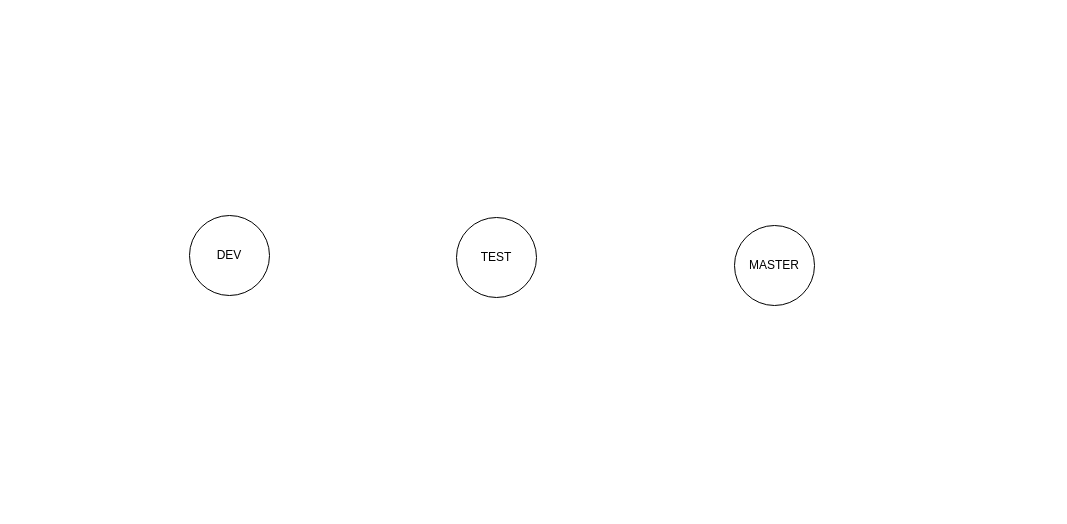
Before: Avoid_Rebase_Branching_Stragegy.drawio in anshuldevmehta/RandomDiagrams, a draw.io diagram. Source tidied: cells renumbered, new cells numbered last; positions are measured from the earlier drawing's top-left corner, leaving out a move shared by most shapes. Both pictures are drawn from the tidied source at 100%, with x=0, y=0 at pixel (189, 215).
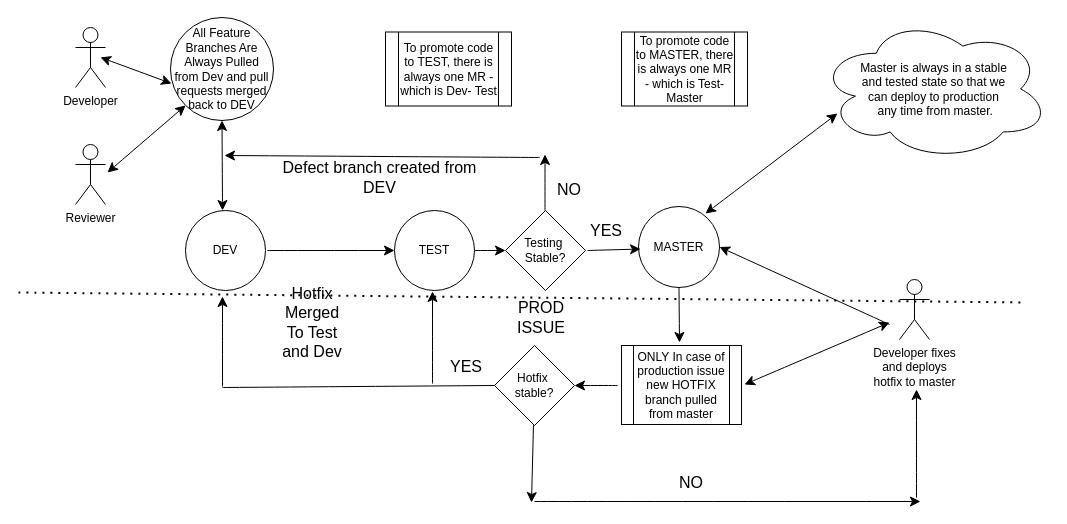
The same diagram, later.

What changed in the source:
```diff
@@
     <mxCell id="2" value="DEV" style="ellipse;whiteSpace=wrap;html=1;" parent="1" vertex="1">
-      <mxGeometry width="80" height="80" as="geometry" />
+      <mxGeometry x="-4" y="-5" width="80" height="80" as="geometry" />
     </mxCell>
     <mxCell id="3" value="TEST" style="ellipse;whiteSpace=wrap;html=1;" parent="1" vertex="1">
-      <mxGeometry x="267" y="2" width="80" height="80" as="geometry" />
+      <mxGeometry x="205" y="-5" width="80" height="80" as="geometry" />
     </mxCell>
     <mxCell id="4" value="MASTER" style="ellipse;whiteSpace=wrap;html=1;" parent="1" vertex="1">
-      <mxGeometry x="545" y="10" width="80" height="80" as="geometry" />
+      <mxGeometry x="449" y="-9" width="81" height="81" as="geometry" />
     </mxCell>
+    <mxCell id="5" style="endArrow=classic;html=1;rounded=0;fontSize=12;startSize=8;endSize=8;curved=1;entryX=0;entryY=0.5;entryDx=0;entryDy=0;" parent="1" edge="1" target="3">
+      <mxGeometry relative="1" as="geometry">
+        <mxPoint x="78" y="35" as="sourcePoint" />
+      </mxGeometry>
+    </mxCell>
+    <mxCell id="6" value="ONLY In case of production issue new HOTFIX branch pulled from master" style="shape=process;whiteSpace=wrap;html=1;backgroundOutline=1;" parent="1" vertex="1">
+      <mxGeometry x="432" y="130" width="120" height="79" as="geometry" />
+    </mxCell>
+    <mxCell id="7" style="endArrow=classic;html=1;rounded=0;fontSize=12;startSize=8;endSize=8;curved=1;exitX=0.5;exitY=1;exitDx=0;exitDy=0;" parent="1" edge="1" source="4">
+      <mxGeometry relative="1" as="geometry">
+        <mxPoint x="490" y="127" as="targetPoint" />
+      </mxGeometry>
+    </mxCell>
+    <mxCell id="8" value="&lt;div&gt;Developer fixes&lt;/div&gt;&lt;div&gt;&amp;nbsp;and deploys&amp;nbsp;&lt;/div&gt;&lt;div&gt;hotfix to master&lt;/div&gt;" style="shape=umlActor;verticalLabelPosition=bottom;verticalAlign=top;html=1;" parent="1" vertex="1">
+      <mxGeometry x="710" y="64" width="30" height="60" as="geometry" />
+    </mxCell>
+    <mxCell id="9" style="endArrow=classic;startArrow=classic;html=1;rounded=0;fontSize=12;startSize=8;endSize=8;curved=1;" parent="1" edge="1">
+      <mxGeometry relative="1" as="geometry">
+        <mxPoint x="555" y="169" as="sourcePoint" />
+        <mxPoint x="700" y="107" as="targetPoint" />
+      </mxGeometry>
+    </mxCell>
+    <mxCell id="10" style="endArrow=classic;html=1;rounded=0;fontSize=12;startSize=8;endSize=8;curved=1;entryX=1;entryY=0.5;entryDx=0;entryDy=0;" parent="1" edge="1" target="4">
+      <mxGeometry relative="1" as="geometry">
+        <mxPoint x="700" y="109" as="sourcePoint" />
+      </mxGeometry>
+    </mxCell>
+    <mxCell id="11" value="&lt;div&gt;Hotfix&amp;nbsp;&lt;/div&gt;&lt;div&gt;stable?&lt;/div&gt;" style="rhombus;whiteSpace=wrap;html=1;" parent="1" vertex="1">
+      <mxGeometry x="305" y="130" width="80" height="80" as="geometry" />
+    </mxCell>
+    <mxCell id="12" style="endArrow=none;html=1;rounded=0;fontSize=12;startSize=8;endSize=8;curved=1;" parent="1" edge="1">
+      <mxGeometry relative="1" as="geometry">
+        <mxPoint x="33" y="172" as="sourcePoint" />
+        <mxPoint x="305" y="170" as="targetPoint" />
+      </mxGeometry>
+    </mxCell>
+    <mxCell id="13" style="endArrow=classic;html=1;rounded=0;fontSize=12;startSize=8;endSize=8;curved=1;" parent="1" edge="1">
+      <mxGeometry relative="1" as="geometry">
+        <mxPoint x="33" y="171" as="sourcePoint" />
+        <mxPoint x="33" y="81" as="targetPoint" />
+      </mxGeometry>
+    </mxCell>
+    <mxCell id="14" style="endArrow=classic;html=1;rounded=0;fontSize=12;startSize=8;endSize=8;curved=1;" parent="1" edge="1">
+      <mxGeometry relative="1" as="geometry">
+        <mxPoint x="243" y="168" as="sourcePoint" />
+        <mxPoint x="243" y="76" as="targetPoint" />
+      </mxGeometry>
+    </mxCell>
+    <mxCell id="15" value="Hotfix Merged To Test and Dev" style="text;html=1;align=center;verticalAlign=middle;whiteSpace=wrap;rounded=0;fontSize=16;" parent="1" vertex="1">
+      <mxGeometry x="89" y="56" width="68" height="101" as="geometry" />
+    </mxCell>
+    <mxCell id="16" value="YES" style="text;html=1;align=center;verticalAlign=middle;whiteSpace=wrap;rounded=0;fontSize=16;" parent="1" vertex="1">
+      <mxGeometry x="247" y="136" width="60" height="30" as="geometry" />
+    </mxCell>
+    <mxCell id="17" style="endArrow=classic;html=1;rounded=0;fontSize=12;startSize=8;endSize=8;curved=1;entryX=1;entryY=0.5;entryDx=0;entryDy=0;" parent="1" edge="1" target="11">
+      <mxGeometry relative="1" as="geometry">
+        <mxPoint x="428" y="170" as="sourcePoint" />
+      </mxGeometry>
+    </mxCell>
+    <mxCell id="18" value="PROD ISSUE" style="text;html=1;align=center;verticalAlign=middle;whiteSpace=wrap;rounded=0;fontSize=16;" parent="1" vertex="1">
+      <mxGeometry x="322" y="87" width="60" height="30" as="geometry" />
+    </mxCell>
+    <mxCell id="19" style="endArrow=classic;html=1;rounded=0;fontSize=12;startSize=8;endSize=8;curved=1;exitX=0.5;exitY=1;exitDx=0;exitDy=0;" parent="1" edge="1">
+      <mxGeometry relative="1" as="geometry">
+        <mxPoint x="344" y="209" as="sourcePoint" />
+        <mxPoint x="342" y="287" as="targetPoint" />
+      </mxGeometry>
+    </mxCell>
+    <mxCell id="20" value="NO" style="text;html=1;align=center;verticalAlign=middle;whiteSpace=wrap;rounded=0;fontSize=16;" parent="1" vertex="1">
+      <mxGeometry x="472" y="252" width="60" height="30" as="geometry" />
+    </mxCell>
+    <mxCell id="21" style="endArrow=classic;html=1;rounded=0;fontSize=12;startSize=8;endSize=8;curved=1;" parent="1" edge="1">
+      <mxGeometry relative="1" as="geometry">
+        <mxPoint x="345" y="286" as="sourcePoint" />
+        <mxPoint x="731" y="286" as="targetPoint" />
+      </mxGeometry>
+    </mxCell>
+    <mxCell id="22" style="endArrow=classic;html=1;rounded=0;fontSize=12;startSize=8;endSize=8;curved=1;" parent="1" edge="1">
+      <mxGeometry relative="1" as="geometry">
+        <mxPoint x="727" y="282" as="sourcePoint" />
+        <mxPoint x="727" y="174" as="targetPoint" />
+      </mxGeometry>
+    </mxCell>
+    <mxCell id="23" value="&lt;div&gt;Developer&lt;/div&gt;&lt;div&gt;&lt;br&gt;&lt;/div&gt;" style="shape=umlActor;verticalLabelPosition=bottom;verticalAlign=top;html=1;" parent="1" vertex="1">
+      <mxGeometry x="-114" y="-188" width="30" height="60" as="geometry" />
+    </mxCell>
+    <mxCell id="24" value="All Feature Branches Are Always Pulled from Dev and pull requests merged back to DEV" style="ellipse;whiteSpace=wrap;html=1;" parent="1" vertex="1">
+      <mxGeometry x="-19" y="-198" width="103" height="103" as="geometry" />
+    </mxCell>
+    <mxCell id="25" style="endArrow=classic;startArrow=classic;html=1;rounded=0;fontSize=12;startSize=8;endSize=8;curved=1;exitX=0.463;exitY=0;exitDx=0;exitDy=0;exitPerimeter=0;entryX=0.5;entryY=1;entryDx=0;entryDy=0;" parent="1" edge="1" source="2" target="24">
+      <mxGeometry relative="1" as="geometry" />
+    </mxCell>
+    <mxCell id="26" value="Reviewer" style="shape=umlActor;verticalLabelPosition=bottom;verticalAlign=top;html=1;" parent="1" vertex="1">
+      <mxGeometry x="-114" y="-71" width="30" height="60" as="geometry" />
+    </mxCell>
+    <mxCell id="27" style="endArrow=classic;startArrow=classic;html=1;rounded=0;fontSize=12;startSize=8;endSize=8;curved=1;entryX=0;entryY=1;entryDx=0;entryDy=0;" parent="1" edge="1" target="24">
+      <mxGeometry relative="1" as="geometry">
+        <mxPoint x="-82" y="-43" as="sourcePoint" />
+      </mxGeometry>
+    </mxCell>
+    <mxCell id="28" style="endArrow=classic;startArrow=classic;html=1;rounded=0;fontSize=12;startSize=8;endSize=8;curved=1;entryX=0.01;entryY=0.641;entryDx=0;entryDy=0;entryPerimeter=0;" parent="1" edge="1" target="24">
+      <mxGeometry relative="1" as="geometry">
+        <mxPoint x="-89" y="-158.1" as="sourcePoint" />
+      </mxGeometry>
+    </mxCell>
+    <mxCell id="29" value="To promote code to TEST, there is always one MR - which is Dev- Test" style="shape=process;whiteSpace=wrap;html=1;backgroundOutline=1;" parent="1" vertex="1">
+      <mxGeometry x="196" y="-183.5" width="126" height="74" as="geometry" />
+    </mxCell>
+    <mxCell id="30" value="To promote code to MASTER, there is always one MR - which is Test- Master" style="shape=process;whiteSpace=wrap;html=1;backgroundOutline=1;" parent="1" vertex="1">
+      <mxGeometry x="432" y="-183.5" width="126" height="74" as="geometry" />
+    </mxCell>
+    <mxCell id="31" value="&lt;div&gt;Testing&amp;nbsp;&lt;/div&gt;&lt;div&gt;Stable?&lt;/div&gt;" style="rhombus;whiteSpace=wrap;html=1;" parent="1" vertex="1">
+      <mxGeometry x="316" y="-5" width="80" height="80" as="geometry" />
+    </mxCell>
+    <mxCell id="32" style="endArrow=classic;html=1;rounded=0;fontSize=12;startSize=8;endSize=8;curved=1;entryX=0;entryY=0.5;entryDx=0;entryDy=0;exitX=1;exitY=0.5;exitDx=0;exitDy=0;" parent="1" edge="1" source="3" target="31">
+      <mxGeometry relative="1" as="geometry" />
+    </mxCell>
+    <mxCell id="33" style="endArrow=classic;html=1;rounded=0;fontSize=12;startSize=8;endSize=8;curved=1;entryX=0.025;entryY=0.525;entryDx=0;entryDy=0;entryPerimeter=0;" parent="1" edge="1" target="4">
+      <mxGeometry relative="1" as="geometry">
+        <mxPoint x="398" y="35" as="sourcePoint" />
+      </mxGeometry>
+    </mxCell>
+    <mxCell id="34" value="YES" style="text;html=1;align=center;verticalAlign=middle;whiteSpace=wrap;rounded=0;fontSize=16;" parent="1" vertex="1">
+      <mxGeometry x="387" width="60" height="30" as="geometry" />
+    </mxCell>
+    <mxCell id="35" style="endArrow=classic;html=1;rounded=0;fontSize=12;startSize=8;endSize=8;curved=1;" parent="1" edge="1">
+      <mxGeometry relative="1" as="geometry">
+        <mxPoint x="355.5" y="-5" as="sourcePoint" />
+        <mxPoint x="355.5" y="-61" as="targetPoint" />
+      </mxGeometry>
+    </mxCell>
+    <mxCell id="36" value="NO" style="text;html=1;align=center;verticalAlign=middle;whiteSpace=wrap;rounded=0;fontSize=16;" parent="1" vertex="1">
+      <mxGeometry x="350" y="-41" width="60" height="30" as="geometry" />
+    </mxCell>
+    <mxCell id="37" style="endArrow=classic;html=1;rounded=0;fontSize=12;startSize=8;endSize=8;curved=1;" parent="1" edge="1">
+      <mxGeometry relative="1" as="geometry">
+        <mxPoint x="350" y="-58" as="sourcePoint" />
+        <mxPoint x="35" y="-60" as="targetPoint" />
+      </mxGeometry>
+    </mxCell>
+    <mxCell id="38" value="Defect branch created from DEV" style="text;html=1;align=center;verticalAlign=middle;whiteSpace=wrap;rounded=0;fontSize=16;" parent="1" vertex="1">
+      <mxGeometry x="77" y="-53" width="227" height="30" as="geometry" />
+    </mxCell>
+    <mxCell id="39" style="endArrow=none;dashed=1;html=1;dashPattern=1 3;strokeWidth=2;rounded=0;fontSize=12;startSize=8;endSize=8;curved=1;" parent="1" edge="1">
+      <mxGeometry relative="1" as="geometry">
+        <mxPoint x="-171" y="77" as="sourcePoint" />
+        <mxPoint x="837" y="87" as="targetPoint" />
+      </mxGeometry>
+    </mxCell>
+    <mxCell id="40" value="&lt;div&gt;Master is always in a stable&lt;/div&gt;&lt;div&gt;&amp;nbsp;and tested state so that we&amp;nbsp;&lt;/div&gt;&lt;div&gt;can deploy to production&lt;/div&gt;&lt;div&gt;&amp;nbsp;any time from master.&lt;/div&gt;" style="ellipse;shape=cloud;whiteSpace=wrap;html=1;" parent="1" vertex="1">
+      <mxGeometry x="629" y="-198" width="231" height="143" as="geometry" />
+    </mxCell>
+    <mxCell id="41" style="endArrow=classic;startArrow=classic;html=1;rounded=0;fontSize=12;startSize=8;endSize=8;curved=1;entryX=0.082;entryY=0.671;entryDx=0;entryDy=0;entryPerimeter=0;" parent="1" edge="1" target="40">
+      <mxGeometry relative="1" as="geometry">
+        <mxPoint x="516" y="-2" as="sourcePoint" />
+      </mxGeometry>
+    </mxCell>
```
